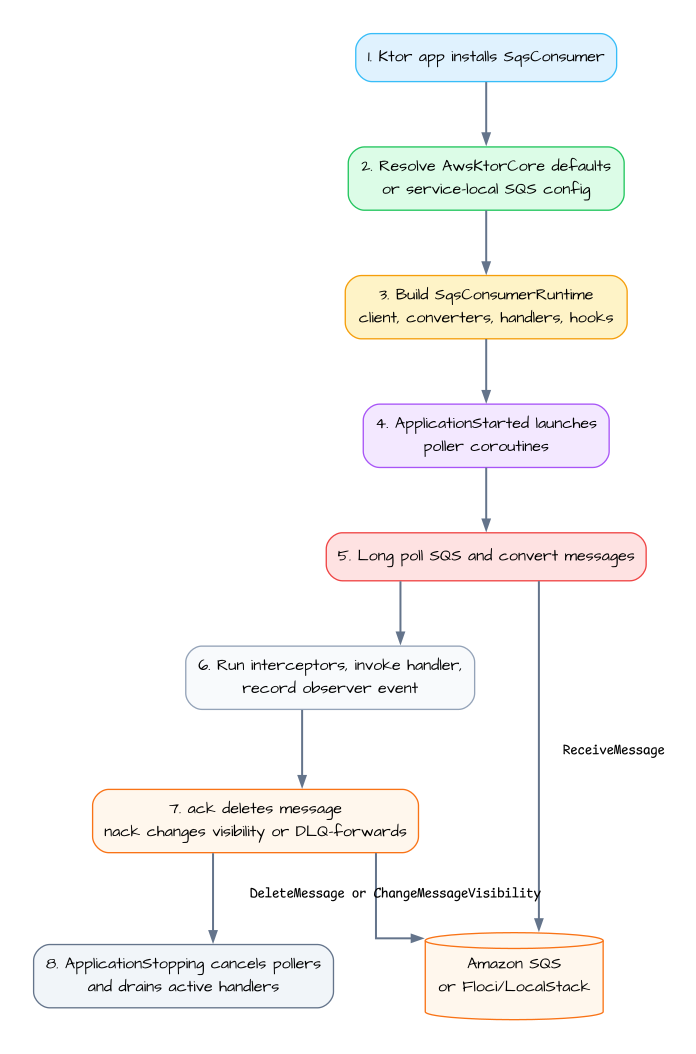
Before: docs/images/readme-diagrams/aws-ktor-sequence-01.png, a diagram exported from Graphviz (bluetape4k/bluetape4k-aws). Its source is kept beside it as docs/images/readme-diagrams/aws-ktor-sequence-01.dot. The source it was exported from:
```dot
digraph AwsKtorSqsSequence {
  graph [rankdir=TB, bgcolor="#ffffff", pad=0.35, nodesep=0.45, ranksep=0.65, splines=ortho]
  node [shape=box, style="rounded,filled", fontname="Architects Daughter", fontsize=12, margin="0.14,0.09", color="#94a3b8", fillcolor="#f8fafc"]
  edge [fontname="Comic Mono", fontsize=10, color="#64748b", penwidth=1.5, arrowsize=0.75]

  install [label="1. Ktor app installs SqsConsumer", fillcolor="#e0f2fe", color="#38bdf8"]
  defaults [label="2. Resolve AwsKtorCore defaults\nor service-local SQS config", fillcolor="#dcfce7", color="#22c55e"]
  runtime [label="3. Build SqsConsumerRuntime\nclient, converters, handlers, hooks", fillcolor="#fef3c7", color="#f59e0b"]
  start [label="4. ApplicationStarted launches\npoller coroutines", fillcolor="#f3e8ff", color="#a855f7"]
  receive [label="5. Long poll SQS and convert messages", fillcolor="#fee2e2", color="#ef4444"]
  handle [label="6. Run interceptors, invoke handler,\nrecord observer event", fillcolor="#f8fafc", color="#94a3b8"]
  ack [label="7. ack deletes message\nnack changes visibility or DLQ-forwards", fillcolor="#fff7ed", color="#f97316"]
  stop [label="8. ApplicationStopping cancels pollers\nand drains active handlers", fillcolor="#f1f5f9", color="#64748b"]
  sqs [label="Amazon SQS\nor Floci/LocalStack", shape=cylinder, fillcolor="#fff7ed", color="#f97316"]

  install -> defaults -> runtime -> start -> receive -> handle -> ack -> stop
  receive -> sqs [label="ReceiveMessage"]
  ack -> sqs [label="DeleteMessage or ChangeMessageVisibility"]
}
```
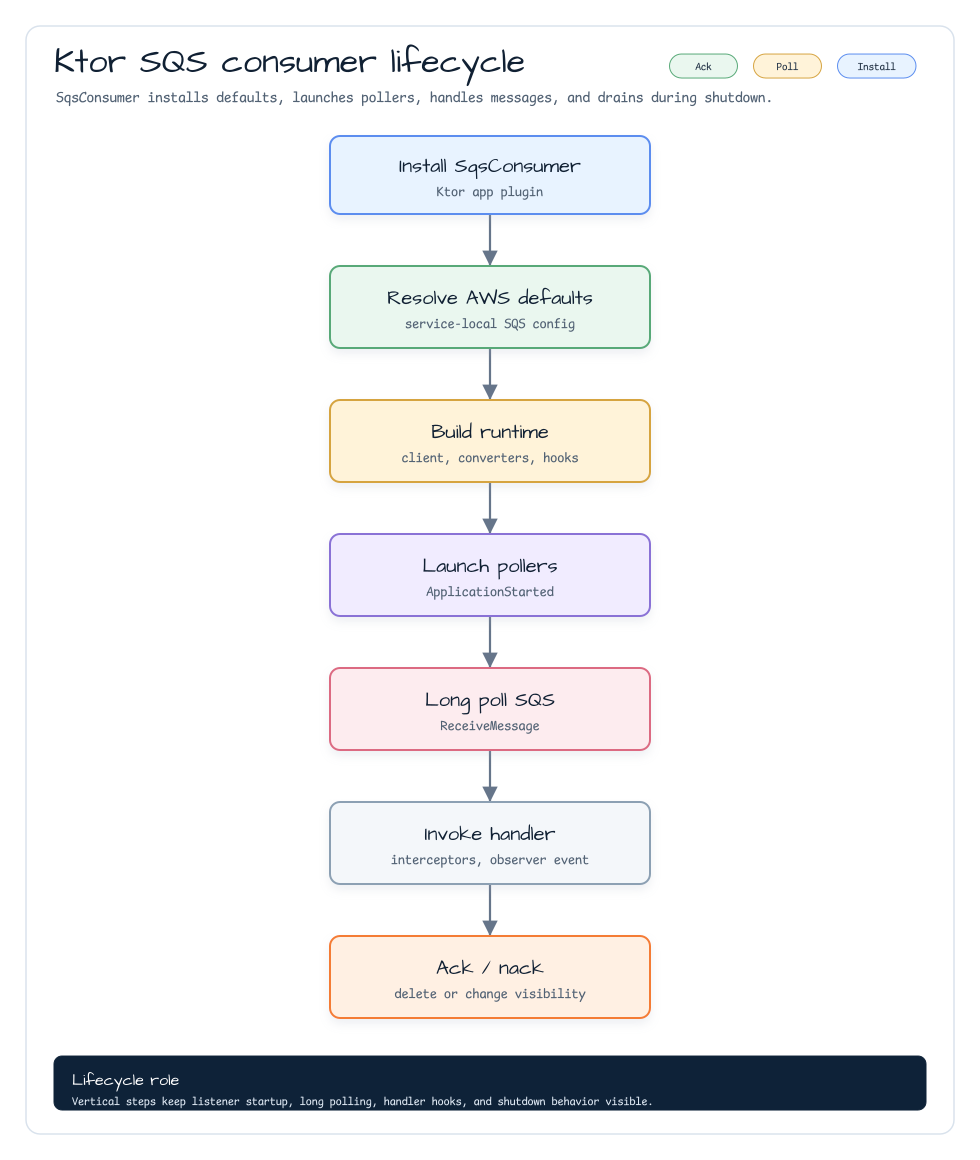
Above is the later version.

The edit, as a diff of the source:
```diff
@@ -1,19 +1,18 @@
-digraph AwsKtorSqsSequence {
-  graph [rankdir=TB, bgcolor="#ffffff", pad=0.35, nodesep=0.45, ranksep=0.65, splines=ortho]
+digraph aws_ktor_sequence_01 {
+  graph [rankdir=TB, bgcolor="#ffffff", pad=0.35, nodesep=0.48, ranksep=0.70, splines=ortho]
   node [shape=box, style="rounded,filled", fontname="Architects Daughter", fontsize=12, margin="0.14,0.09", color="#94a3b8", fillcolor="#f8fafc"]
   edge [fontname="Comic Mono", fontsize=10, color="#64748b", penwidth=1.5, arrowsize=0.75]
-
-  install [label="1. Ktor app installs SqsConsumer", fillcolor="#e0f2fe", color="#38bdf8"]
-  defaults [label="2. Resolve AwsKtorCore defaults\nor service-local SQS config", fillcolor="#dcfce7", color="#22c55e"]
-  runtime [label="3. Build SqsConsumerRuntime\nclient, converters, handlers, hooks", fillcolor="#fef3c7", color="#f59e0b"]
-  start [label="4. ApplicationStarted launches\npoller coroutines", fillcolor="#f3e8ff", color="#a855f7"]
-  receive [label="5. Long poll SQS and convert messages", fillcolor="#fee2e2", color="#ef4444"]
-  handle [label="6. Run interceptors, invoke handler,\nrecord observer event", fillcolor="#f8fafc", color="#94a3b8"]
-  ack [label="7. ack deletes message\nnack changes visibility or DLQ-forwards", fillcolor="#fff7ed", color="#f97316"]
-  stop [label="8. ApplicationStopping cancels pollers\nand drains active handlers", fillcolor="#f1f5f9", color="#64748b"]
-  sqs [label="Amazon SQS\nor Floci/LocalStack", shape=cylinder, fillcolor="#fff7ed", color="#f97316"]
-
-  install -> defaults -> runtime -> start -> receive -> handle -> ack -> stop
-  receive -> sqs [label="ReceiveMessage"]
-  ack -> sqs [label="DeleteMessage or ChangeMessageVisibility"]
+  install [label="Install SqsConsumer\nKtor app plugin", fillcolor="#E8F3FF", color="#5B8DEF"]
+  defaults [label="Resolve AWS defaults\nservice-local SQS config", fillcolor="#EAF7EF", color="#58A978"]
+  runtime [label="Build runtime\nclient, converters, hooks", fillcolor="#FFF3D9", color="#D6A441"]
+  pollers [label="Launch pollers\nApplicationStarted", fillcolor="#F1ECFF", color="#8A72D6"]
+  poll [label="Long poll SQS\nReceiveMessage", fillcolor="#FDECEF", color="#DC6B82"]
+  handler [label="Invoke handler\ninterceptors, observer event", fillcolor="#F4F7FA", color="#8CA0B3"]
+  ack [label="Ack / nack\ndelete or change visibility", fillcolor="#FFF0E3", color="#F47B36"]
+  install -> defaults
+  defaults -> runtime
+  runtime -> pollers
+  pollers -> poll
+  poll -> handler
+  handler -> ack
 }
```
